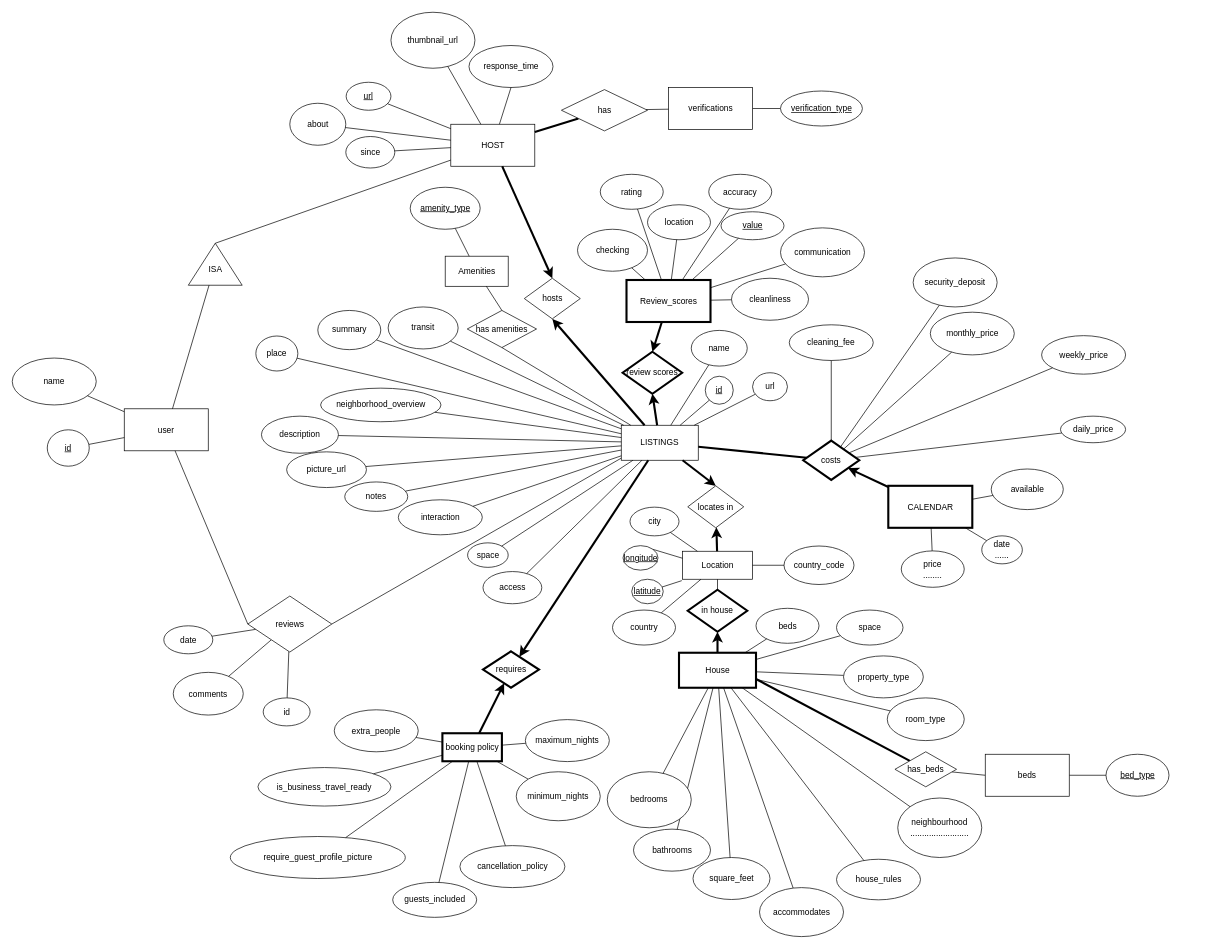
This is ER_Diagram.drawio from Valentyna-Pavliv/database, a draw.io file, before an edit. Source tidied: cells renumbered, new cells numbered last; positions are measured from the earlier drawing's top-left corner, leaving out a move shared by most shapes. Both pictures are drawn from the tidied source at 70%, with x=0, y=0 at pixel (12, 12).
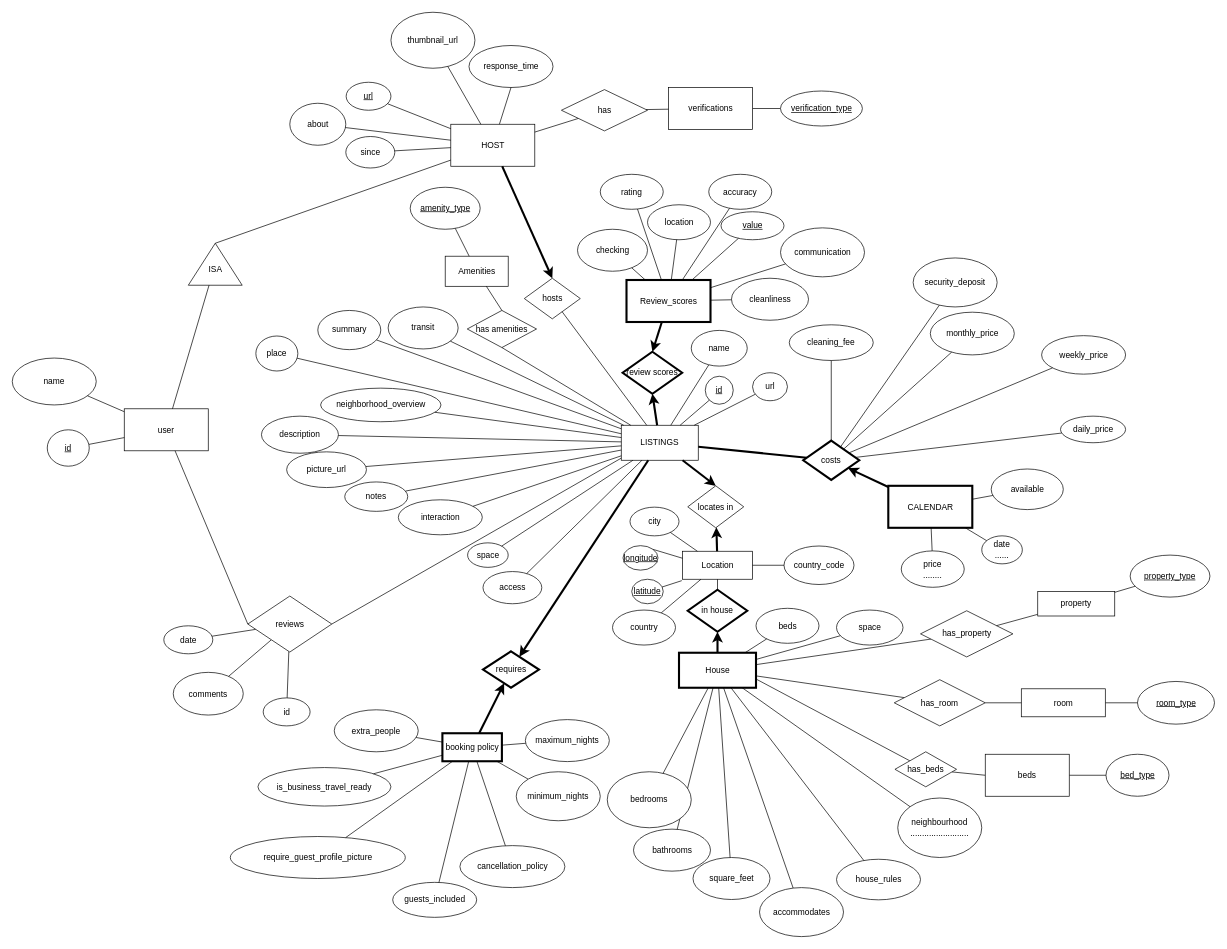
Above is the later version.

Commit message:
changements du diagram

The change refers to these unchanged cells:
```xml
<mxCell id="2" value="&lt;div&gt;LISTINGS&lt;/div&gt;" style="rounded=0;whiteSpace=wrap;html=1;" parent="1" vertex="1">
  <mxGeometry x="870" y="590" width="110" height="50" as="geometry" />
</mxCell>
<mxCell id="12" value="&lt;div&gt;House&lt;/div&gt;" style="rounded=0;whiteSpace=wrap;html=1;strokeWidth=3;" parent="1" vertex="1">
  <mxGeometry x="952.5" y="915" width="110" height="50" as="geometry" />
</mxCell>
<mxCell id="104" value="HOST" style="rounded=0;whiteSpace=wrap;html=1;strokeWidth=1;" parent="1" vertex="1">
  <mxGeometry x="626.5" y="160" width="120" height="60" as="geometry" />
</mxCell>
<mxCell id="127" value="hosts" style="rhombus;whiteSpace=wrap;html=1;strokeWidth=1;" parent="1" vertex="1">
  <mxGeometry x="731.5" y="380" width="80" height="58" as="geometry" />
</mxCell>
<mxCell id="159" value="has" style="rhombus;whiteSpace=wrap;html=1;strokeWidth=1;" parent="1" vertex="1">
  <mxGeometry x="784.5" y="110.5" width="123" height="59" as="geometry" />
</mxCell>
<mxCell id="164" value="has_beds&lt;br&gt;" style="rhombus;whiteSpace=wrap;html=1;strokeWidth=1;" parent="1" vertex="1">
  <mxGeometry x="1261" y="1056.5" width="88" height="50" as="geometry" />
</mxCell>
```

The edit, as a diff of the source:
```diff
@@
-    <mxCell id="56" style="endArrow=none;html=1;strokeWidth=1;" parent="1" edge="1" source="12" target="57">
+    <mxCell id="56" style="endArrow=none;html=1;strokeWidth=1;" parent="1" edge="1" source="12" target="172">
       <mxGeometry relative="1" as="geometry" />
     </mxCell>
-    <mxCell id="57" value="property_type" style="ellipse;whiteSpace=wrap;html=1;" parent="1" vertex="1">
-      <mxGeometry x="1187.5" y="919.5" width="114" height="60" as="geometry" />
+    <mxCell id="57" value="&lt;u&gt;property_type&lt;/u&gt;" style="ellipse;whiteSpace=wrap;html=1;" parent="1" vertex="1">
+      <mxGeometry x="1597" y="775.5" width="114" height="60" as="geometry" />
     </mxCell>
-    <mxCell id="58" value="room_type" style="ellipse;whiteSpace=wrap;html=1;" parent="1" vertex="1">
-      <mxGeometry x="1250" y="979.5" width="110" height="61" as="geometry" />
+    <mxCell id="58" value="&lt;u&gt;room_type&lt;/u&gt;" style="ellipse;whiteSpace=wrap;html=1;" parent="1" vertex="1">
+      <mxGeometry x="1607.5" y="956" width="110" height="61" as="geometry" />
     </mxCell>
-    <mxCell id="59" style="endArrow=none;html=1;strokeWidth=1;" parent="1" edge="1" source="58" target="12">
+    <mxCell id="59" style="endArrow=none;html=1;strokeWidth=1;" parent="1" edge="1" source="174" target="12">
       <mxGeometry relative="1" as="geometry" />
     </mxCell>
@@
-    <mxCell id="114" style="endArrow=none;html=1;strokeWidth=3;" parent="1" edge="1" source="159" target="104">
+    <mxCell id="114" style="endArrow=none;html=1;strokeWidth=1;" parent="1" edge="1" source="159" target="104">
       <mxGeometry relative="1" as="geometry" />
     </mxCell>
@@
-    <mxCell id="129" style="endArrow=classic;html=1;strokeWidth=3;entryX=0.5;entryY=1;entryDx=0;entryDy=0;" parent="1" edge="1" source="2" target="127">
-      <mxGeometry relative="1" as="geometry" />
-    </mxCell>
@@
-    <mxCell id="163" style="edgeStyle=none;rounded=0;jumpSize=6;jettySize=auto;html=1;entryX=1;entryY=0.75;entryDx=0;entryDy=0;startArrow=none;startFill=0;endArrow=none;endFill=0;strokeWidth=3;" parent="1" edge="1" source="164" target="12">
+    <mxCell id="163" style="edgeStyle=none;rounded=0;jumpSize=6;jettySize=auto;html=1;entryX=1;entryY=0.75;entryDx=0;entryDy=0;startArrow=none;startFill=0;endArrow=none;endFill=0;strokeWidth=1;" parent="1" edge="1" source="164" target="12">
       <mxGeometry relative="1" as="geometry" />
     </mxCell>
@@
+    <mxCell id="172" value="has_property" style="rhombus;whiteSpace=wrap;html=1;" parent="1" vertex="1">
+      <mxGeometry x="1297.5" y="855" width="132" height="66" as="geometry" />
+    </mxCell>
+    <mxCell id="173" style="endArrow=none;html=1;" parent="1" edge="1" source="172" target="176">
+      <mxGeometry relative="1" as="geometry" />
+    </mxCell>
+    <mxCell id="174" value="has_room" style="rhombus;whiteSpace=wrap;html=1;" parent="1" vertex="1">
+      <mxGeometry x="1260" y="953.5" width="130" height="66" as="geometry" />
+    </mxCell>
+    <mxCell id="175" style="endArrow=none;html=1;" parent="1" edge="1" source="58" target="177">
+      <mxGeometry relative="1" as="geometry" />
+    </mxCell>
+    <mxCell id="176" value="property" style="rounded=0;whiteSpace=wrap;html=1;" parent="1" vertex="1">
+      <mxGeometry x="1465" y="827.5" width="110" height="35" as="geometry" />
+    </mxCell>
+    <mxCell id="177" value="room" style="rounded=0;whiteSpace=wrap;html=1;" parent="1" vertex="1">
+      <mxGeometry x="1441.5" y="966.5" width="120" height="40" as="geometry" />
+    </mxCell>
+    <mxCell id="178" style="endArrow=none;html=1;" parent="1" edge="1" source="176" target="57">
+      <mxGeometry relative="1" as="geometry" />
+    </mxCell>
+    <mxCell id="179" style="endArrow=none;html=1;" parent="1" edge="1" source="174" target="177">
+      <mxGeometry relative="1" as="geometry" />
+    </mxCell>
+    <mxCell id="129" style="endArrow=none;html=1;strokeWidth=1;" parent="1" edge="1" source="2" target="127">
+      <mxGeometry relative="1" as="geometry" />
+    </mxCell>
```
